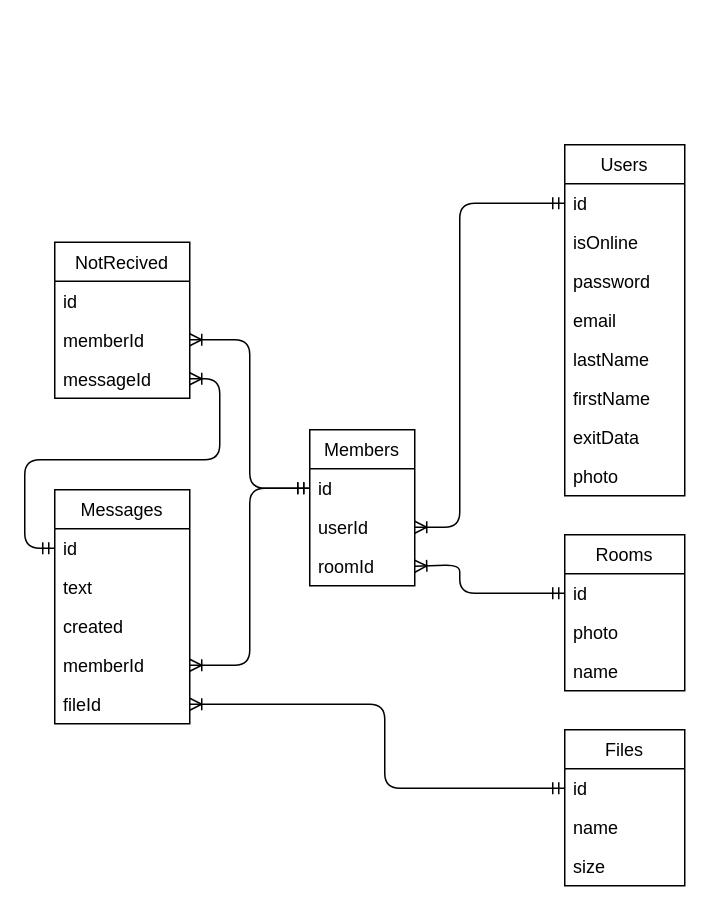
This is db/model.drawio from BohdanShmalko/microservers-chat-nest, a draw.io file, before an edit. Source tidied: cells renumbered, new cells numbered last; positions are measured from the earlier drawing's top-left corner, leaving out a move shared by most shapes. Both pictures are drawn from the tidied source at 150%, with x=0, y=0 at pixel (24, 144).
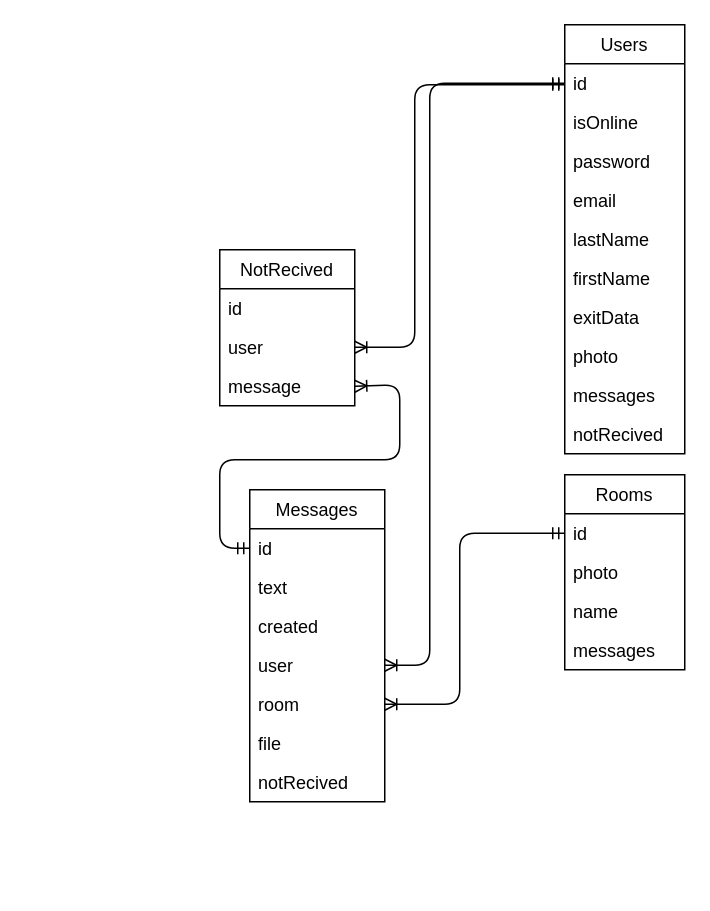
The same diagram, later.

The change refers to these unchanged cells:
```xml
<mxCell id="3" value="id" style="text;strokeColor=none;fillColor=none;align=left;verticalAlign=top;spacingLeft=4;spacingRight=4;overflow=hidden;points=[[0,0.5],[1,0.5]];portConstraint=eastwest;" parent="2" vertex="1">
  <mxGeometry y="26" width="80" height="26" as="geometry" />
</mxCell>
<mxCell id="7" value="id" style="text;strokeColor=none;fillColor=none;align=left;verticalAlign=top;spacingLeft=4;spacingRight=4;overflow=hidden;points=[[0,0.5],[1,0.5]];portConstraint=eastwest;" parent="6" vertex="1">
  <mxGeometry y="26" width="80" height="26" as="geometry" />
</mxCell>
<mxCell id="16" value="id" style="text;strokeColor=none;fillColor=none;align=left;verticalAlign=top;spacingLeft=4;spacingRight=4;overflow=hidden;points=[[0,0.5],[1,0.5]];portConstraint=eastwest;" parent="15" vertex="1">
  <mxGeometry y="26" width="90" height="26" as="geometry" />
</mxCell>
```

Change to the diagram source:
```diff
@@
     <mxCell id="2" value="Rooms" style="swimlane;fontStyle=0;horizontal=1;startSize=26;" parent="1" vertex="1">
-      <mxGeometry x="360" y="260" width="80" height="104" as="geometry" />
+      <mxGeometry x="360" y="220" width="80" height="130" as="geometry" />
     </mxCell>
@@
+    <mxCell id="39" value="messages" style="text;strokeColor=none;fillColor=none;align=left;verticalAlign=top;spacingLeft=4;spacingRight=4;overflow=hidden;" parent="2" vertex="1">
+      <mxGeometry y="104" width="80" height="26" as="geometry" />
+    </mxCell>
     <mxCell id="6" value="Users" style="swimlane;fontStyle=0;horizontal=1;startSize=26;" parent="1" vertex="1">
-      <mxGeometry x="360" width="80" height="234" as="geometry" />
+      <mxGeometry x="360" y="-80" width="80" height="286" as="geometry" />
     </mxCell>
@@
+    <mxCell id="40" value="messages" style="text;strokeColor=none;fillColor=none;align=left;verticalAlign=top;spacingLeft=4;spacingRight=4;overflow=hidden;" parent="6" vertex="1">
+      <mxGeometry y="234" width="80" height="26" as="geometry" />
+    </mxCell>
+    <mxCell id="41" value="notRecived" style="text;strokeColor=none;fillColor=none;align=left;verticalAlign=top;spacingLeft=4;spacingRight=4;overflow=hidden;" parent="6" vertex="1">
+      <mxGeometry y="260" width="80" height="26" as="geometry" />
+    </mxCell>
     <mxCell id="15" value="Messages" style="swimlane;fontStyle=0;horizontal=1;startSize=26;" parent="1" vertex="1">
-      <mxGeometry x="20" y="230" width="90" height="156" as="geometry" />
+      <mxGeometry x="150" y="230" width="90" height="208" as="geometry" />
     </mxCell>
@@
-    <mxCell id="19" value="memberId" style="text;strokeColor=none;fillColor=none;align=left;verticalAlign=top;spacingLeft=4;spacingRight=4;overflow=hidden;points=[[0,0.5],[1,0.5]];portConstraint=eastwest;" parent="15" vertex="1">
+    <mxCell id="19" value="user" style="text;strokeColor=none;fillColor=none;align=left;verticalAlign=top;spacingLeft=4;spacingRight=4;overflow=hidden;points=[[0,0.5],[1,0.5]];portConstraint=eastwest;" parent="15" vertex="1">
       <mxGeometry y="104" width="90" height="26" as="geometry" />
     </mxCell>
+    <mxCell id="42" value="room" style="text;strokeColor=none;fillColor=none;align=left;verticalAlign=top;spacingLeft=4;spacingRight=4;overflow=hidden;points=[[0,0.5],[1,0.5]];portConstraint=eastwest;" parent="15" vertex="1">
+      <mxGeometry y="130" width="90" height="26" as="geometry" />
+    </mxCell>
-    <mxCell id="20" value="fileId" style="text;strokeColor=none;fillColor=none;align=left;verticalAlign=top;spacingLeft=4;spacingRight=4;overflow=hidden;points=[[0,0.5],[1,0.5]];portConstraint=eastwest;" parent="15" vertex="1">
-      <mxGeometry y="130" width="90" height="26" as="geometry" />
+    <mxCell id="20" value="file" style="text;strokeColor=none;fillColor=none;align=left;verticalAlign=top;spacingLeft=4;spacingRight=4;overflow=hidden;points=[[0,0.5],[1,0.5]];portConstraint=eastwest;" parent="15" vertex="1">
+      <mxGeometry y="156" width="90" height="26" as="geometry" />
     </mxCell>
-    <mxCell id="21" value="Members" style="swimlane;fontStyle=0;horizontal=1;startSize=26;" parent="1" vertex="1">
-      <mxGeometry x="190" y="190" width="70" height="104" as="geometry" />
-    </mxCell>
-    <mxCell id="22" value="id" style="text;strokeColor=none;fillColor=none;align=left;verticalAlign=top;spacingLeft=4;spacingRight=4;overflow=hidden;points=[[0,0.5],[1,0.5]];portConstraint=eastwest;" parent="21" vertex="1">
-      <mxGeometry y="26" width="70" height="26" as="geometry" />
-    </mxCell>
-    <mxCell id="23" value="userId" style="text;strokeColor=none;fillColor=none;align=left;verticalAlign=top;spacingLeft=4;spacingRight=4;overflow=hidden;points=[[0,0.5],[1,0.5]];portConstraint=eastwest;" parent="21" vertex="1">
-      <mxGeometry y="52" width="70" height="26" as="geometry" />
-    </mxCell>
-    <mxCell id="24" value="roomId" style="text;strokeColor=none;fillColor=none;align=left;verticalAlign=top;spacingLeft=4;spacingRight=4;overflow=hidden;points=[[0,0.5],[1,0.5]];portConstraint=eastwest;" parent="21" vertex="1">
-      <mxGeometry y="78" width="70" height="26" as="geometry" />
-    </mxCell>
-    <mxCell id="25" value="Files" style="swimlane;fontStyle=0;horizontal=1;startSize=26;" parent="1" vertex="1">
-      <mxGeometry x="360" y="390" width="80" height="104" as="geometry" />
-    </mxCell>
-    <mxCell id="26" value="id" style="text;strokeColor=none;fillColor=none;align=left;verticalAlign=top;spacingLeft=4;spacingRight=4;overflow=hidden;points=[[0,0.5],[1,0.5]];portConstraint=eastwest;" parent="25" vertex="1">
-      <mxGeometry y="26" width="80" height="26" as="geometry" />
-    </mxCell>
-    <mxCell id="27" value="name" style="text;strokeColor=none;fillColor=none;align=left;verticalAlign=top;spacingLeft=4;spacingRight=4;overflow=hidden;" parent="25" vertex="1">
-      <mxGeometry y="52" width="80" height="26" as="geometry" />
-    </mxCell>
-    <mxCell id="28" value="size" style="text;strokeColor=none;fillColor=none;align=left;verticalAlign=top;spacingLeft=4;spacingRight=4;overflow=hidden;" parent="25" vertex="1">
-      <mxGeometry y="78" width="80" height="26" as="geometry" />
-    </mxCell>
+    <mxCell id="43" value="notRecived" style="text;strokeColor=none;fillColor=none;align=left;verticalAlign=top;spacingLeft=4;spacingRight=4;overflow=hidden;" parent="15" vertex="1">
+      <mxGeometry y="182" width="90" height="26" as="geometry" />
+    </mxCell>
     <mxCell id="29" value="NotRecived" style="swimlane;fontStyle=0;horizontal=1;startSize=26;" parent="1" vertex="1">
-      <mxGeometry x="20" y="65" width="90" height="104" as="geometry" />
+      <mxGeometry x="130" y="70" width="90" height="104" as="geometry" />
     </mxCell>
@@
-    <mxCell id="31" value="memberId" style="text;strokeColor=none;fillColor=none;align=left;verticalAlign=top;spacingLeft=4;spacingRight=4;overflow=hidden;points=[[0,0.5],[1,0.5]];portConstraint=eastwest;" parent="29" vertex="1">
+    <mxCell id="31" value="user" style="text;strokeColor=none;fillColor=none;align=left;verticalAlign=top;spacingLeft=4;spacingRight=4;overflow=hidden;points=[[0,0.5],[1,0.5]];portConstraint=eastwest;" parent="29" vertex="1">
       <mxGeometry y="52" width="90" height="26" as="geometry" />
     </mxCell>
-    <mxCell id="32" value="messageId" style="text;strokeColor=none;fillColor=none;align=left;verticalAlign=top;spacingLeft=4;spacingRight=4;overflow=hidden;points=[[0,0.5],[1,0.5]];portConstraint=eastwest;" parent="29" vertex="1">
+    <mxCell id="32" value="message" style="text;strokeColor=none;fillColor=none;align=left;verticalAlign=top;spacingLeft=4;spacingRight=4;overflow=hidden;points=[[0,0.5],[1,0.5]];portConstraint=eastwest;" parent="29" vertex="1">
       <mxGeometry y="78" width="90" height="26" as="geometry" />
     </mxCell>
-    <mxCell id="33" style="edgeStyle=orthogonalEdgeStyle;fontSize=12;html=1;endArrow=ERoneToMany;startArrow=ERmandOne;exitX=0;exitY=0.5;exitDx=0;exitDy=0;entryX=1;entryY=0.5;entryDx=0;entryDy=0;" parent="1" edge="1" source="7" target="23">
-      <mxGeometry relative="1" as="geometry">
-        <Array as="points">
-          <mxPoint x="290" y="39" />
-          <mxPoint x="290" y="255" />
-        </Array>
-      </mxGeometry>
-    </mxCell>
-    <mxCell id="34" style="edgeStyle=orthogonalEdgeStyle;fontSize=12;html=1;endArrow=ERoneToMany;startArrow=ERmandOne;exitX=0;exitY=0.5;exitDx=0;exitDy=0;entryX=1;entryY=0.5;entryDx=0;entryDy=0;" parent="1" edge="1" source="3" target="24">
+    <mxCell id="34" style="edgeStyle=orthogonalEdgeStyle;fontSize=12;html=1;endArrow=ERoneToMany;startArrow=ERmandOne;exitX=0;exitY=0.5;exitDx=0;exitDy=0;entryX=1;entryY=0.5;entryDx=0;entryDy=0;" parent="1" edge="1" source="3" target="42">
       <mxGeometry relative="1" as="geometry">
         <Array as="points">
-          <mxPoint x="290" y="299" />
-          <mxPoint x="290" y="280" />
-          <mxPoint x="260" y="280" />
+          <mxPoint x="290" y="259" />
+          <mxPoint x="290" y="373" />
         </Array>
       </mxGeometry>
     </mxCell>
-    <mxCell id="35" style="edgeStyle=orthogonalEdgeStyle;fontSize=12;html=1;endArrow=ERoneToMany;startArrow=ERmandOne;exitX=0;exitY=0.5;exitDx=0;exitDy=0;entryX=1;entryY=0.5;entryDx=0;entryDy=0;" parent="1" edge="1" source="22" target="31">
+    <mxCell id="35" style="edgeStyle=orthogonalEdgeStyle;fontSize=12;html=1;endArrow=ERoneToMany;startArrow=ERmandOne;entryX=1;entryY=0.5;entryDx=0;entryDy=0;" parent="1" edge="1" target="31">
       <mxGeometry relative="1" as="geometry">
+        <mxPoint x="360" y="-40" as="sourcePoint" />
         <Array as="points">
-          <mxPoint x="150" y="229" />
-          <mxPoint x="150" y="130" />
+          <mxPoint x="260" y="-40" />
+          <mxPoint x="260" y="135" />
         </Array>
       </mxGeometry>
     </mxCell>
-    <mxCell id="36" style="edgeStyle=orthogonalEdgeStyle;fontSize=12;html=1;endArrow=ERoneToMany;startArrow=ERmandOne;exitX=0;exitY=0.5;exitDx=0;exitDy=0;entryX=1;entryY=0.5;entryDx=0;entryDy=0;" parent="1" edge="1" source="22" target="19">
+    <mxCell id="36" style="edgeStyle=orthogonalEdgeStyle;fontSize=12;html=1;endArrow=ERoneToMany;startArrow=ERmandOne;exitX=0;exitY=0.5;exitDx=0;exitDy=0;entryX=1;entryY=0.5;entryDx=0;entryDy=0;" parent="1" edge="1" source="7" target="19">
       <mxGeometry relative="1" as="geometry">
         <Array as="points">
-          <mxPoint x="150" y="229" />
-          <mxPoint x="150" y="347" />
+          <mxPoint x="270" y="-41" />
+          <mxPoint x="270" y="347" />
         </Array>
       </mxGeometry>
     </mxCell>
     <mxCell id="37" style="edgeStyle=orthogonalEdgeStyle;fontSize=12;html=1;endArrow=ERoneToMany;startArrow=ERmandOne;exitX=0;exitY=0.5;exitDx=0;exitDy=0;entryX=1;entryY=0.5;entryDx=0;entryDy=0;" parent="1" edge="1" source="16" target="32">
       <mxGeometry relative="1" as="geometry">
         <Array as="points">
-          <mxPoint y="269" />
-          <mxPoint y="210" />
+          <mxPoint x="130" y="269" />
           <mxPoint x="130" y="210" />
-          <mxPoint x="130" y="156" />
+          <mxPoint x="250" y="210" />
+          <mxPoint x="250" y="160" />
         </Array>
       </mxGeometry>
     </mxCell>
-    <mxCell id="38" style="edgeStyle=orthogonalEdgeStyle;fontSize=12;html=1;endArrow=ERoneToMany;startArrow=ERmandOne;exitX=0;exitY=0.5;exitDx=0;exitDy=0;entryX=1;entryY=0.5;entryDx=0;entryDy=0;" parent="1" edge="1" source="26" target="20">
-      <mxGeometry relative="1" as="geometry">
-        <Array as="points">
-          <mxPoint x="240" y="429" />
-          <mxPoint x="240" y="373" />
-        </Array>
-      </mxGeometry>
-    </mxCell>
```
